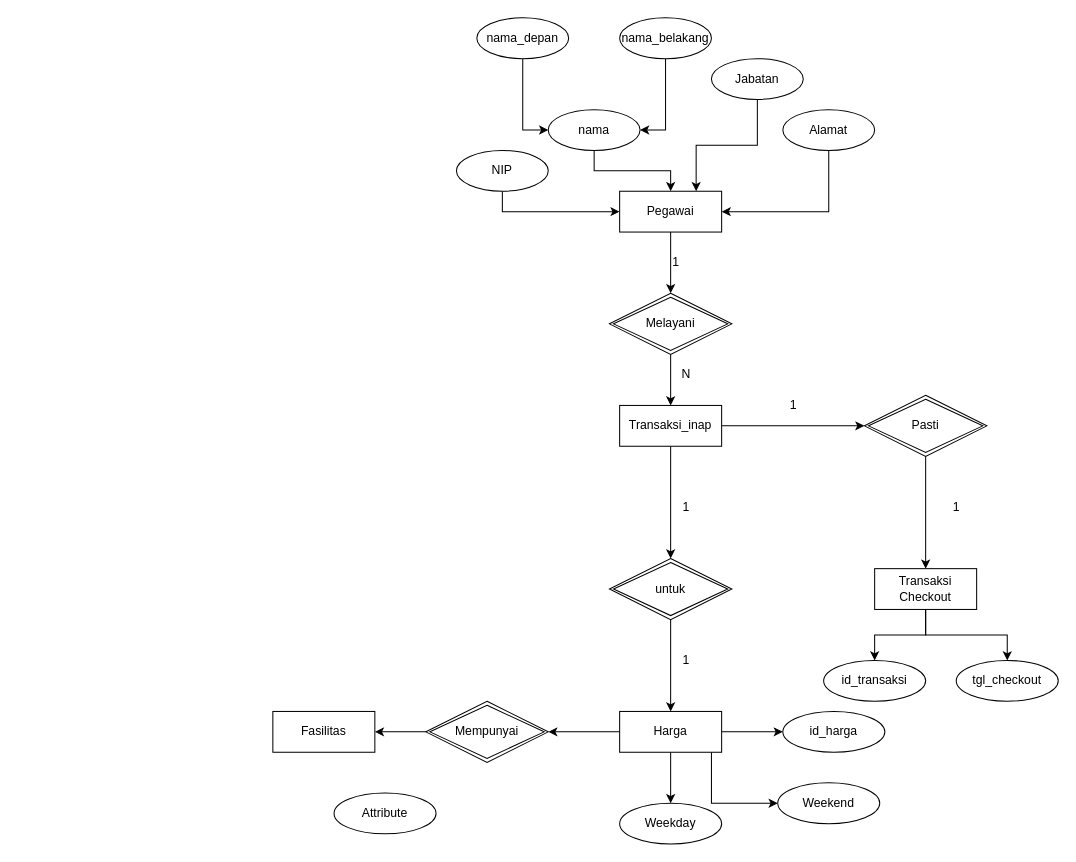
Earlier version of the draw.io diagram erd.drawio (RayhanHamada/bikin-dfd). Source tidied: cells renumbered, new cells numbered last; positions are measured from the earlier drawing's top-left corner, leaving out a move shared by most shapes. Both pictures are drawn from the tidied source at 102%, with x=0, y=0 at pixel (272, 17).
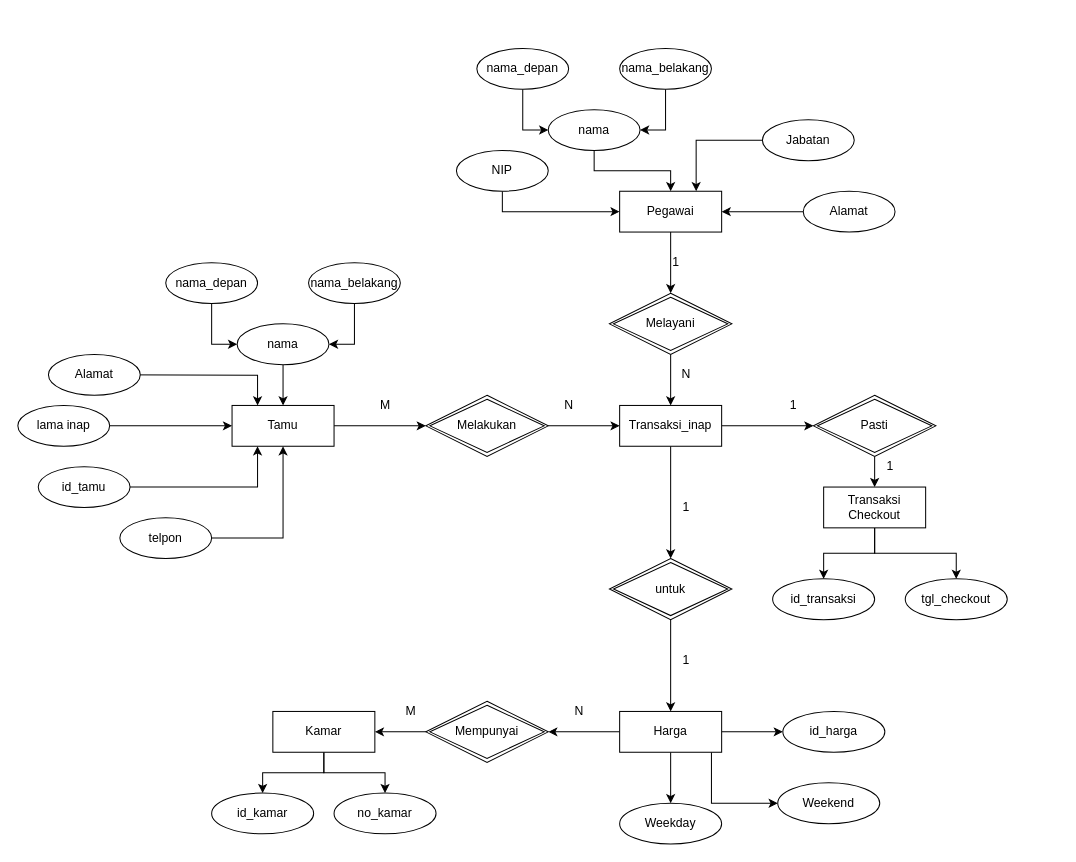
After the change.

Unchanged cells that the change refers to:
```xml
<mxCell id="18" value="Transaksi_inap" style="whiteSpace=wrap;html=1;align=center;" parent="1" vertex="1">
  <mxGeometry x="340" y="380" width="100" height="40" as="geometry" />
</mxCell>
```

What changed in the source:
```diff
@@
     <mxCell id="5" value="nama_depan" style="ellipse;whiteSpace=wrap;html=1;" parent="1" vertex="1">
-      <mxGeometry x="200" width="90" height="40" as="geometry" />
+      <mxGeometry x="200" y="30" width="90" height="40" as="geometry" />
     </mxCell>
@@
     <mxCell id="7" value="nama_belakang" style="ellipse;whiteSpace=wrap;html=1;" parent="1" vertex="1">
-      <mxGeometry x="340" width="90" height="40" as="geometry" />
+      <mxGeometry x="340" y="30" width="90" height="40" as="geometry" />
     </mxCell>
@@
     <mxCell id="11" value="Jabatan" style="ellipse;whiteSpace=wrap;html=1;" parent="1" vertex="1">
-      <mxGeometry x="430" y="40" width="90" height="40" as="geometry" />
+      <mxGeometry x="480" y="100" width="90" height="40" as="geometry" />
     </mxCell>
@@
     <mxCell id="13" value="Alamat" style="ellipse;whiteSpace=wrap;html=1;" parent="1" vertex="1">
-      <mxGeometry x="500" y="90" width="90" height="40" as="geometry" />
+      <mxGeometry x="520" y="170" width="90" height="40" as="geometry" />
     </mxCell>
@@
     <mxCell id="24" value="Pasti" style="shape=rhombus;double=1;perimeter=rhombusPerimeter;whiteSpace=wrap;html=1;align=center;" parent="1" vertex="1">
-      <mxGeometry x="580" y="370" width="120" height="60" as="geometry" />
+      <mxGeometry x="530" y="370" width="120" height="60" as="geometry" />
     </mxCell>
@@
     <mxCell id="27" value="Transaksi Checkout" style="whiteSpace=wrap;html=1;align=center;" parent="1" vertex="1">
-      <mxGeometry x="590" y="540" width="100" height="40" as="geometry" />
+      <mxGeometry x="540" y="460" width="100" height="40" as="geometry" />
     </mxCell>
     <mxCell id="28" value="id_transaksi" style="ellipse;whiteSpace=wrap;html=1;align=center;" parent="1" vertex="1">
-      <mxGeometry x="540" y="630" width="100" height="40" as="geometry" />
+      <mxGeometry x="490" y="550" width="100" height="40" as="geometry" />
     </mxCell>
     <mxCell id="29" value="tgl_checkout" style="ellipse;whiteSpace=wrap;html=1;align=center;" parent="1" vertex="1">
-      <mxGeometry x="670" y="630" width="100" height="40" as="geometry" />
+      <mxGeometry x="620" y="550" width="100" height="40" as="geometry" />
     </mxCell>
@@
     <mxCell id="31" value="1" style="text;html=1;align=center;verticalAlign=middle;" parent="1" vertex="1">
-      <mxGeometry x="660" y="470" width="20" height="20" as="geometry" />
+      <mxGeometry x="595" y="430" width="20" height="20" as="geometry" />
     </mxCell>
@@
+    <mxCell id="48" style="edgeStyle=orthogonalEdgeStyle;rounded=0;jettySize=auto;html=1;entryX=0.5;entryY=0;entryDx=0;entryDy=0;" parent="1" edge="1" source="46" target="47">
+      <mxGeometry relative="1" as="geometry" />
+    </mxCell>
+    <mxCell id="49" style="edgeStyle=orthogonalEdgeStyle;rounded=0;jettySize=auto;html=1;entryX=0.5;entryY=0;entryDx=0;entryDy=0;" parent="1" edge="1" source="46" target="50">
+      <mxGeometry relative="1" as="geometry" />
+    </mxCell>
-    <mxCell id="46" value="Fasilitas" style="whiteSpace=wrap;html=1;align=center;" parent="1" vertex="1">
+    <mxCell id="46" value="Kamar" style="whiteSpace=wrap;html=1;align=center;" parent="1" vertex="1">
       <mxGeometry y="680" width="100" height="40" as="geometry" />
     </mxCell>
-    <mxCell id="47" value="Attribute" style="ellipse;whiteSpace=wrap;html=1;align=center;" parent="1" vertex="1">
-      <mxGeometry x="60" y="760" width="100" height="40" as="geometry" />
+    <mxCell id="47" value="id_kamar" style="ellipse;whiteSpace=wrap;html=1;align=center;" parent="1" vertex="1">
+      <mxGeometry x="-60" y="760" width="100" height="40" as="geometry" />
     </mxCell>
+    <mxCell id="50" value="no_kamar" style="ellipse;whiteSpace=wrap;html=1;align=center;" parent="1" vertex="1">
+      <mxGeometry x="60" y="760" width="100" height="40" as="geometry" />
+    </mxCell>
+    <mxCell id="51" style="edgeStyle=orthogonalEdgeStyle;rounded=0;jettySize=auto;html=1;entryX=0;entryY=0.5;entryDx=0;entryDy=0;" parent="1" edge="1" source="52" target="68">
+      <mxGeometry relative="1" as="geometry" />
+    </mxCell>
+    <mxCell id="52" value="Tamu" style="whiteSpace=wrap;html=1;align=center;" parent="1" vertex="1">
+      <mxGeometry x="-40" y="380" width="100" height="40" as="geometry" />
+    </mxCell>
+    <mxCell id="53" style="edgeStyle=orthogonalEdgeStyle;rounded=0;jettySize=auto;html=1;entryX=0;entryY=0.5;entryDx=0;entryDy=0;" parent="1" edge="1" source="54" target="58">
+      <mxGeometry relative="1" as="geometry" />
+    </mxCell>
+    <mxCell id="54" value="nama_depan" style="ellipse;whiteSpace=wrap;html=1;" parent="1" vertex="1">
+      <mxGeometry x="-105" y="240" width="90" height="40" as="geometry" />
+    </mxCell>
+    <mxCell id="55" style="edgeStyle=orthogonalEdgeStyle;rounded=0;jettySize=auto;html=1;entryX=1;entryY=0.5;entryDx=0;entryDy=0;" parent="1" edge="1" source="56" target="58">
+      <mxGeometry relative="1" as="geometry" />
+    </mxCell>
+    <mxCell id="56" value="nama_belakang" style="ellipse;whiteSpace=wrap;html=1;" parent="1" vertex="1">
+      <mxGeometry x="35" y="240" width="90" height="40" as="geometry" />
+    </mxCell>
+    <mxCell id="57" style="edgeStyle=orthogonalEdgeStyle;rounded=0;jettySize=auto;html=1;entryX=0.5;entryY=0;entryDx=0;entryDy=0;" parent="1" edge="1" source="58" target="52">
+      <mxGeometry relative="1" as="geometry" />
+    </mxCell>
+    <mxCell id="58" value="nama" style="ellipse;whiteSpace=wrap;html=1;" parent="1" vertex="1">
+      <mxGeometry x="-35" y="300" width="90" height="40" as="geometry" />
+    </mxCell>
+    <mxCell id="59" style="edgeStyle=orthogonalEdgeStyle;rounded=0;jettySize=auto;html=1;" parent="1" edge="1" source="60" target="52">
+      <mxGeometry relative="1" as="geometry" />
+    </mxCell>
+    <mxCell id="60" value="lama inap" style="ellipse;whiteSpace=wrap;html=1;" parent="1" vertex="1">
+      <mxGeometry x="-250" y="380" width="90" height="40" as="geometry" />
+    </mxCell>
+    <mxCell id="61" style="edgeStyle=orthogonalEdgeStyle;rounded=0;jettySize=auto;html=1;entryX=0.25;entryY=1;entryDx=0;entryDy=0;" parent="1" edge="1" source="62" target="52">
+      <mxGeometry relative="1" as="geometry" />
+    </mxCell>
+    <mxCell id="62" value="id_tamu" style="ellipse;whiteSpace=wrap;html=1;" parent="1" vertex="1">
+      <mxGeometry x="-230" y="440" width="90" height="40" as="geometry" />
+    </mxCell>
+    <mxCell id="63" style="edgeStyle=orthogonalEdgeStyle;rounded=0;jettySize=auto;html=1;entryX=0.5;entryY=1;entryDx=0;entryDy=0;" parent="1" edge="1" source="64" target="52">
+      <mxGeometry relative="1" as="geometry" />
+    </mxCell>
+    <mxCell id="64" value="telpon" style="ellipse;whiteSpace=wrap;html=1;" parent="1" vertex="1">
+      <mxGeometry x="-150" y="490" width="90" height="40" as="geometry" />
+    </mxCell>
+    <mxCell id="65" style="edgeStyle=orthogonalEdgeStyle;rounded=0;jettySize=auto;html=1;entryX=0.25;entryY=0;entryDx=0;entryDy=0;" parent="1" edge="1" target="52">
+      <mxGeometry relative="1" as="geometry">
+        <mxPoint x="-170" y="350" as="sourcePoint" />
+      </mxGeometry>
+    </mxCell>
+    <mxCell id="66" value="Alamat" style="ellipse;whiteSpace=wrap;html=1;" parent="1" vertex="1">
+      <mxGeometry x="-220" y="330" width="90" height="40" as="geometry" />
+    </mxCell>
+    <mxCell id="67" style="edgeStyle=orthogonalEdgeStyle;rounded=0;jettySize=auto;html=1;entryX=0;entryY=0.5;entryDx=0;entryDy=0;" parent="1" edge="1" source="68" target="18">
+      <mxGeometry relative="1" as="geometry" />
+    </mxCell>
+    <mxCell id="68" value="Melakukan" style="shape=rhombus;double=1;perimeter=rhombusPerimeter;whiteSpace=wrap;html=1;align=center;" parent="1" vertex="1">
+      <mxGeometry x="150" y="370" width="120" height="60" as="geometry" />
+    </mxCell>
+    <mxCell id="69" value="N" style="text;html=1;align=center;verticalAlign=middle;" parent="1" vertex="1">
+      <mxGeometry x="280" y="370" width="20" height="20" as="geometry" />
+    </mxCell>
+    <mxCell id="70" value="M" style="text;html=1;align=center;verticalAlign=middle;" parent="1" vertex="1">
+      <mxGeometry x="95" y="370" width="30" height="20" as="geometry" />
+    </mxCell>
+    <mxCell id="71" value="M" style="text;html=1;align=center;verticalAlign=middle;" parent="1" vertex="1">
+      <mxGeometry x="120" y="670" width="30" height="20" as="geometry" />
+    </mxCell>
+    <mxCell id="72" value="N" style="text;html=1;align=center;verticalAlign=middle;" parent="1" vertex="1">
+      <mxGeometry x="290" y="670" width="20" height="20" as="geometry" />
+    </mxCell>
```
